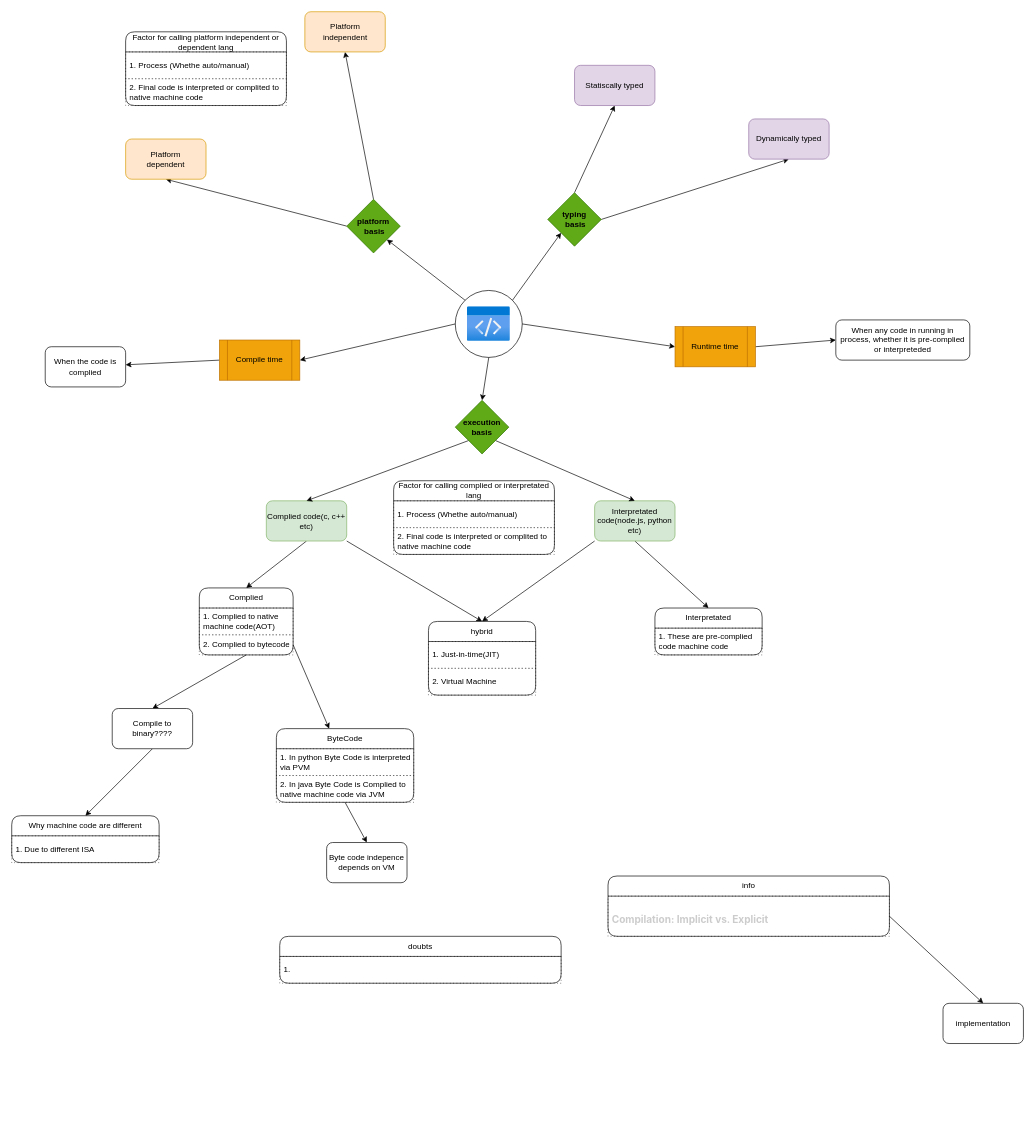
This is programming-langs/code-execution/code-execution.dio from knpvt5/Programming-Concepts, a draw.io file, before an edit. Source tidied: cells renumbered, new cells numbered last; positions are measured from the earlier drawing's top-left corner, leaving out a move shared by most shapes. Both pictures are drawn from the tidied source at 67%, with x=0, y=0 at pixel (11, 11).
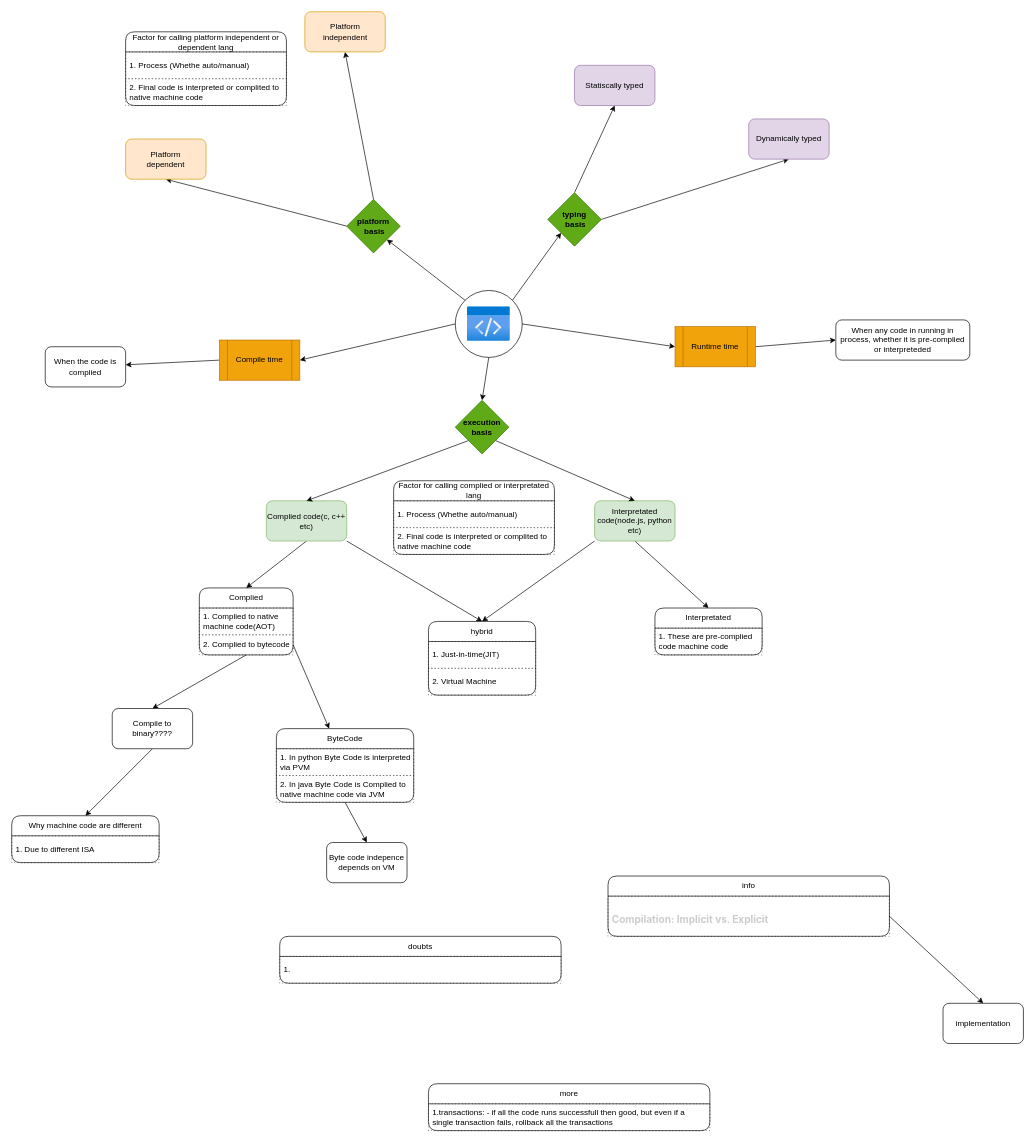
After the change.

Diff of the diagram source:
```diff
@@
+    <mxCell id="66" value="more" style="swimlane;fontStyle=0;horizontal=1;startSize=30;whiteSpace=wrap;html=1;rounded=1;" parent="1" vertex="1">
+      <mxGeometry x="622" y="1600" width="420" height="70" as="geometry" />
+    </mxCell>
+    <mxCell id="67" value="1.transactions: - if all the code runs successfull then good, but even if a single transaction fails, rollback all the transactions" style="text;strokeColor=default;fillColor=none;align=left;verticalAlign=middle;spacingLeft=4;spacingRight=4;overflow=hidden;whiteSpace=wrap;html=1;dashed=1;dashPattern=1 4;" parent="66" vertex="1">
+      <mxGeometry y="30" width="420" height="40" as="geometry" />
+    </mxCell>
```
